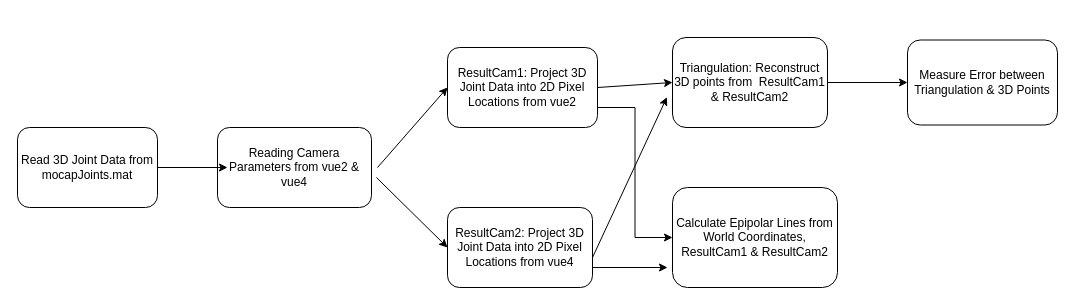
Above: P2_FlowChart.drawio in jochuchemon7/CMPEN-454-CAMERA_PROJECTION-PROJECT-2 (draw.io), before the change. Source tidied: cells renumbered, new cells numbered last; positions are measured from the earlier drawing's top-left corner, leaving out a move shared by most shapes. Both pictures are drawn from the tidied source at 100%, with x=0, y=0 at pixel (17, 37).
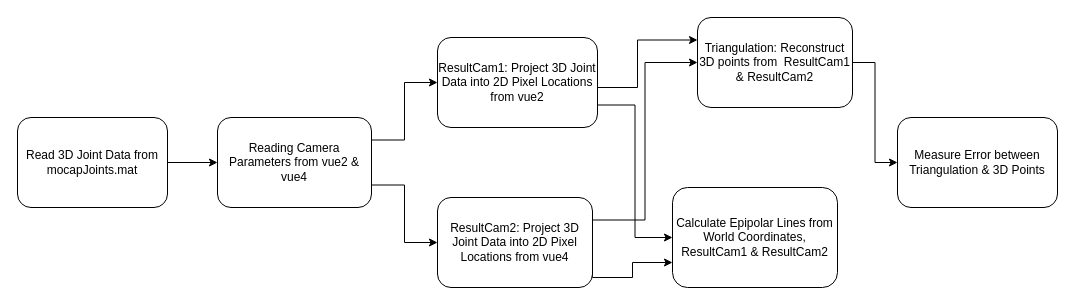
Above is the later version.

The change refers to these unchanged cells:
```xml
<mxCell id="9" value="Calculate Epipolar Lines from World Coordinates, ResultCam1 &amp;amp; ResultCam2" style="rounded=1;whiteSpace=wrap;html=1;" parent="1" vertex="1">
  <mxGeometry x="655" y="150" width="165" height="100" as="geometry" />
</mxCell>
```

Diff of the diagram source:
```diff
@@
     <mxCell id="3" value="Triangulation: Reconstruct 3D points from&amp;nbsp; ResultCam1 &amp;amp; ResultCam2" style="rounded=1;whiteSpace=wrap;html=1;" parent="1" vertex="1">
-      <mxGeometry x="655" width="155" height="90" as="geometry" />
+      <mxGeometry x="680" y="-20" width="155" height="90" as="geometry" />
     </mxCell>
-    <mxCell id="4" style="edgeStyle=orthogonalEdgeStyle;rounded=0;jettySize=auto;html=1;exitX=1;exitY=0.75;exitDx=0;exitDy=0;" parent="1" edge="1" source="5">
-      <mxGeometry relative="1" as="geometry">
-        <mxPoint x="650" y="230" as="targetPoint" />
-      </mxGeometry>
-    </mxCell>
+    <mxCell id="17" style="edgeStyle=orthogonalEdgeStyle;rounded=0;jettySize=auto;html=1;exitX=1;exitY=0.25;exitDx=0;exitDy=0;entryX=0;entryY=0.5;entryDx=0;entryDy=0;" parent="1" edge="1" source="5" target="3">
+      <mxGeometry relative="1" as="geometry" />
+    </mxCell>
+    <mxCell id="18" style="edgeStyle=orthogonalEdgeStyle;rounded=0;jettySize=auto;html=1;exitX=1;exitY=0.75;exitDx=0;exitDy=0;entryX=0;entryY=0.75;entryDx=0;entryDy=0;" parent="1" edge="1" source="5" target="9">
+      <mxGeometry relative="1" as="geometry">
+        <Array as="points">
+          <mxPoint x="575" y="240" />
+          <mxPoint x="615" y="240" />
+          <mxPoint x="615" y="225" />
+        </Array>
+      </mxGeometry>
+    </mxCell>
     <mxCell id="5" value="ResultCam2: Project 3D Joint Data into 2D Pixel Locations from vue4" style="rounded=1;whiteSpace=wrap;html=1;" parent="1" vertex="1">
-      <mxGeometry x="430" y="170" width="145" height="80" as="geometry" />
+      <mxGeometry x="420" y="160" width="155" height="90" as="geometry" />
     </mxCell>
     <mxCell id="6" value="Measure Error between Triangulation &amp;amp; 3D Points" style="rounded=1;whiteSpace=wrap;html=1;" parent="1" vertex="1">
-      <mxGeometry x="890" y="2.5" width="150" height="85" as="geometry" />
+      <mxGeometry x="880" y="80" width="160" height="90" as="geometry" />
     </mxCell>
@@
+    <mxCell id="19" style="edgeStyle=orthogonalEdgeStyle;rounded=0;jettySize=auto;html=1;exitX=1;exitY=0.5;exitDx=0;exitDy=0;entryX=0;entryY=0.25;entryDx=0;entryDy=0;" parent="1" edge="1" source="8" target="3">
+      <mxGeometry relative="1" as="geometry">
+        <Array as="points">
+          <mxPoint x="620" y="50" />
+          <mxPoint x="620" y="3" />
+        </Array>
+      </mxGeometry>
+    </mxCell>
     <mxCell id="8" value="ResultCam1: Project 3D Joint Data into 2D Pixel Locations from vue2" style="rounded=1;whiteSpace=wrap;html=1;" parent="1" vertex="1">
-      <mxGeometry x="430" y="10" width="150" height="80" as="geometry" />
+      <mxGeometry x="420" width="160" height="90" as="geometry" />
     </mxCell>
@@
+    <mxCell id="20" style="edgeStyle=orthogonalEdgeStyle;rounded=0;jettySize=auto;html=1;exitX=1;exitY=0.25;exitDx=0;exitDy=0;entryX=0;entryY=0.5;entryDx=0;entryDy=0;" parent="1" edge="1" source="10" target="8">
+      <mxGeometry relative="1" as="geometry" />
+    </mxCell>
+    <mxCell id="14" style="edgeStyle=orthogonalEdgeStyle;rounded=0;jettySize=auto;html=1;exitX=1;exitY=0.75;exitDx=0;exitDy=0;entryX=0;entryY=0.5;entryDx=0;entryDy=0;" parent="1" edge="1" source="10" target="5">
+      <mxGeometry relative="1" as="geometry" />
+    </mxCell>
     <mxCell id="10" value="Reading Camera Parameters from vue2 &amp;amp; vue4" style="rounded=1;whiteSpace=wrap;html=1;" parent="1" vertex="1">
-      <mxGeometry x="200" y="90" width="154" height="80" as="geometry" />
+      <mxGeometry x="200" y="80" width="154" height="90" as="geometry" />
     </mxCell>
+    <mxCell id="21" style="edgeStyle=orthogonalEdgeStyle;rounded=0;jettySize=auto;html=1;exitX=1;exitY=0.5;exitDx=0;exitDy=0;entryX=0;entryY=0.5;entryDx=0;entryDy=0;" parent="1" edge="1" source="11" target="10">
+      <mxGeometry relative="1" as="geometry" />
+    </mxCell>
     <mxCell id="11" value="Read 3D Joint Data from mocapJoints.mat" style="rounded=1;whiteSpace=wrap;html=1;" parent="1" vertex="1">
-      <mxGeometry y="90" width="140" height="80" as="geometry" />
+      <mxGeometry y="80" width="150" height="90" as="geometry" />
     </mxCell>
-    <mxCell id="12" style="endArrow=classic;html=1;exitX=1;exitY=0.5;exitDx=0;exitDy=0;" parent="1" edge="1" source="11">
-      <mxGeometry relative="1" as="geometry">
-        <mxPoint x="210" y="130" as="targetPoint" />
-      </mxGeometry>
-    </mxCell>
-    <mxCell id="13" style="endArrow=classic;html=1;entryX=0;entryY=0.5;entryDx=0;entryDy=0;" parent="1" edge="1" target="8">
-      <mxGeometry relative="1" as="geometry">
-        <mxPoint x="360" y="130" as="sourcePoint" />
-      </mxGeometry>
-    </mxCell>
-    <mxCell id="14" style="endArrow=classic;html=1;entryX=0;entryY=0.5;entryDx=0;entryDy=0;exitX=1.032;exitY=0.625;exitDx=0;exitDy=0;exitPerimeter=0;" parent="1" edge="1" source="10" target="5">
-      <mxGeometry relative="1" as="geometry" />
-    </mxCell>
-    <mxCell id="15" style="endArrow=classic;html=1;entryX=-0.036;entryY=0.663;entryDx=0;entryDy=0;entryPerimeter=0;" parent="1" edge="1" target="3">
-      <mxGeometry relative="1" as="geometry">
-        <mxPoint x="575" y="220" as="sourcePoint" />
-      </mxGeometry>
-    </mxCell>
-    <mxCell id="16" style="endArrow=classic;html=1;entryX=0;entryY=0.5;entryDx=0;entryDy=0;" parent="1" edge="1" target="3">
-      <mxGeometry relative="1" as="geometry">
-        <mxPoint x="580" y="50" as="sourcePoint" />
-      </mxGeometry>
-    </mxCell>
```
